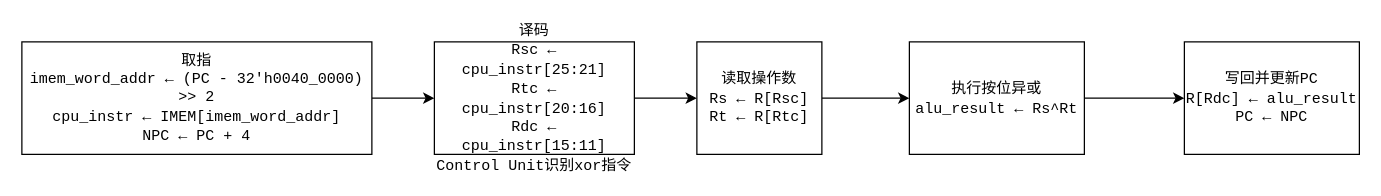
Before: Add指令流程图.drawio in LV-ZHU/Computer_Organization_and_Architecture_Course_Design, a draw.io diagram. Source tidied: cells renumbered, new cells numbered last; positions are measured from the earlier drawing's top-left corner, leaving out a move shared by most shapes. Both pictures are drawn from the tidied source at 125%, with x=0, y=0 at pixel (21, 41).
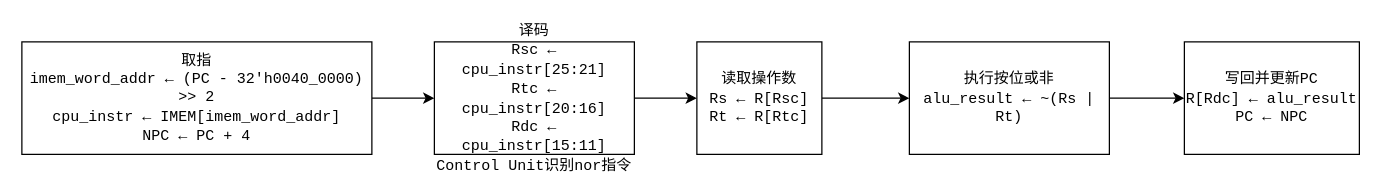
After the change.

Commit message:
更新nor指令流程图.drawio

Change to the diagram source:
```diff
@@
 <mxGraphModel>
   <root>
     <mxCell id="0" />
     <mxCell id="1" parent="0" />
     <mxCell id="2" style="edgeStyle=orthogonalEdgeStyle;rounded=0;jettySize=auto;html=1;" parent="1" edge="1" source="3" target="5">
       <mxGeometry relative="1" as="geometry" />
     </mxCell>
     <mxCell id="3" value="取指&lt;div&gt;&lt;code dir=&quot;ltr&quot;&gt;imem_word_addr ← (PC - 32'h0040_0000) &amp;gt;&amp;gt; 2&lt;/code&gt;&lt;br&gt;&lt;code dir=&quot;ltr&quot;&gt;cpu_instr ← IMEM[imem_word_addr]&lt;/code&gt;&lt;br&gt;&lt;code dir=&quot;ltr&quot;&gt;NPC ← PC + 4&lt;/code&gt;&lt;/div&gt;" style="whiteSpace=wrap;html=1;" parent="1" vertex="1">
       <mxGeometry width="280" height="90" as="geometry" />
     </mxCell>
     <mxCell id="4" style="edgeStyle=orthogonalEdgeStyle;rounded=0;jettySize=auto;html=1;" parent="1" edge="1" source="5" target="7">
       <mxGeometry relative="1" as="geometry" />
     </mxCell>
-    <mxCell id="5" value="&lt;div&gt;&lt;code dir=&quot;ltr&quot;&gt;译码&lt;/code&gt;&lt;/div&gt;&lt;code dir=&quot;ltr&quot;&gt;Rsc ← cpu_instr[25:21]&lt;/code&gt;&lt;br&gt;&lt;code dir=&quot;ltr&quot;&gt;Rtc ← cpu_instr[20:16]&lt;/code&gt;&lt;br&gt;&lt;code dir=&quot;ltr&quot;&gt;Rdc ← cpu_instr[15:11]&lt;/code&gt;&lt;br&gt;&lt;code dir=&quot;ltr&quot;&gt;Control Unit识别xor指令&lt;/code&gt;" style="whiteSpace=wrap;html=1;" parent="1" vertex="1">
+    <mxCell id="5" value="&lt;div&gt;&lt;code dir=&quot;ltr&quot;&gt;译码&lt;/code&gt;&lt;/div&gt;&lt;code dir=&quot;ltr&quot;&gt;Rsc ← cpu_instr[25:21]&lt;/code&gt;&lt;br&gt;&lt;code dir=&quot;ltr&quot;&gt;Rtc ← cpu_instr[20:16]&lt;/code&gt;&lt;br&gt;&lt;code dir=&quot;ltr&quot;&gt;Rdc ← cpu_instr[15:11]&lt;/code&gt;&lt;br&gt;&lt;code dir=&quot;ltr&quot;&gt;Control Unit识别nor指令&lt;/code&gt;" style="whiteSpace=wrap;html=1;" parent="1" vertex="1">
       <mxGeometry x="330" width="160" height="90" as="geometry" />
     </mxCell>
     <mxCell id="6" style="edgeStyle=orthogonalEdgeStyle;rounded=0;jettySize=auto;html=1;" parent="1" edge="1" source="7" target="9">
       <mxGeometry relative="1" as="geometry" />
     </mxCell>
     <mxCell id="7" value="&lt;div&gt;&lt;font face=&quot;monospace&quot;&gt;读取操作数&lt;/font&gt;&lt;/div&gt;&lt;div&gt;&lt;code dir=&quot;ltr&quot;&gt;Rs ← R[Rsc]&lt;/code&gt;&lt;br&gt;&lt;code dir=&quot;ltr&quot;&gt;Rt ← R[Rtc]&lt;/code&gt;&lt;font face=&quot;monospace&quot;&gt;&lt;/font&gt;&lt;/div&gt;" style="whiteSpace=wrap;html=1;" parent="1" vertex="1">
       <mxGeometry x="540" width="100" height="90" as="geometry" />
     </mxCell>
     <mxCell id="8" style="edgeStyle=orthogonalEdgeStyle;rounded=0;jettySize=auto;html=1;" parent="1" edge="1" source="9" target="10">
       <mxGeometry relative="1" as="geometry" />
     </mxCell>
-    <mxCell id="9" value="&lt;div&gt;&lt;code&gt;执行按位异或&lt;/code&gt;&lt;/div&gt;&lt;code&gt;alu_result ← Rs&lt;code&gt;^&lt;/code&gt;Rt&lt;/code&gt;" style="whiteSpace=wrap;html=1;" parent="1" vertex="1">
-      <mxGeometry x="710" width="140" height="90" as="geometry" />
+    <mxCell id="9" value="&lt;div&gt;&lt;code&gt;执行按位或非&lt;/code&gt;&lt;/div&gt;&lt;code&gt;alu_result ← ~(Rs | Rt)&lt;/code&gt;" style="whiteSpace=wrap;html=1;" parent="1" vertex="1">
+      <mxGeometry x="710" width="160" height="90" as="geometry" />
     </mxCell>
     <mxCell id="10" value="&lt;font face=&quot;monospace&quot;&gt;写回并更新PC&lt;/font&gt;&lt;div&gt;&lt;code dir=&quot;ltr&quot;&gt;R[Rdc] ← alu_result&lt;/code&gt;&lt;br&gt;&lt;code dir=&quot;ltr&quot;&gt;PC ← NPC&lt;/code&gt;&lt;font face=&quot;monospace&quot;&gt;&lt;/font&gt;&lt;/div&gt;" style="whiteSpace=wrap;html=1;" parent="1" vertex="1">
       <mxGeometry x="930" width="140" height="90" as="geometry" />
     </mxCell>
   </root>
 </mxGraphModel>
```
